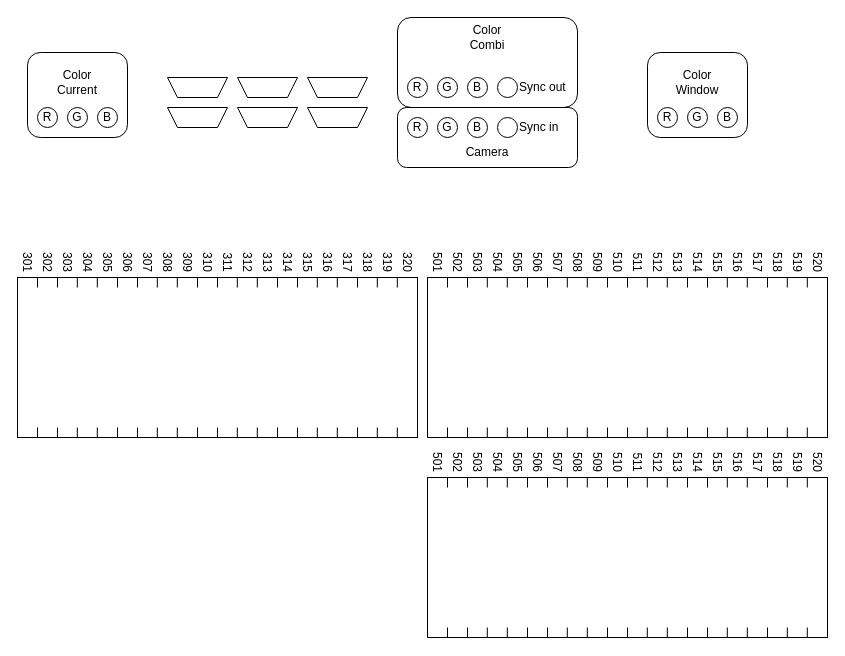
Above: hardware/Aesthedes 2 HW.drawio in egueli/Aesthedes-notes (draw.io), before the change. Source tidied: cells renumbered, new cells numbered last; positions are measured from the earlier drawing's top-left corner, leaving out a move shared by most shapes. Both pictures are drawn from the tidied source at 100%, with x=0, y=0 at pixel (12, 17).
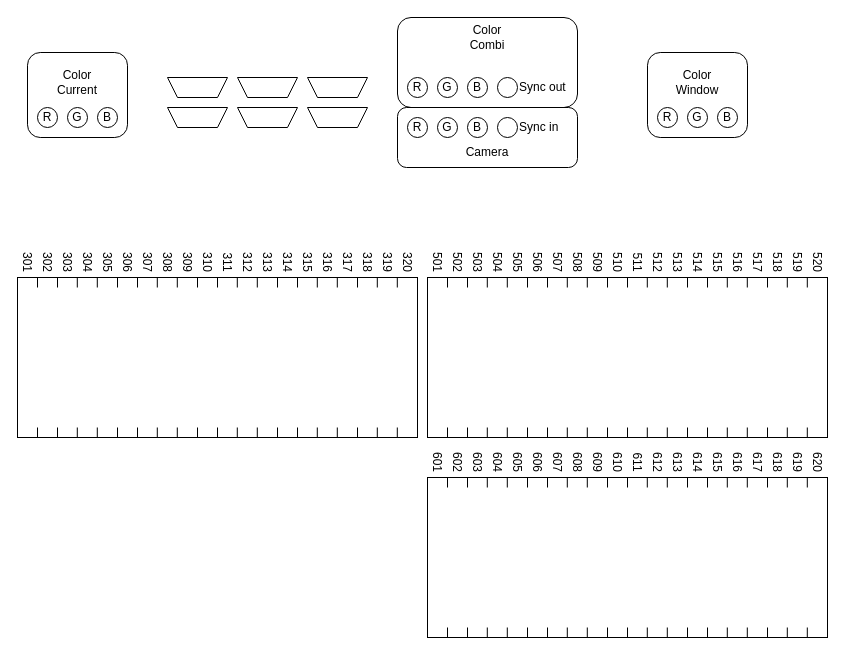
Above is the later version.

Commit message:
fix 6xx slot numbers

Diff of the diagram source:
```diff
@@
-    <mxCell id="192" value="&lt;div&gt;501&lt;/div&gt;" style="text;html=1;whiteSpace=wrap;strokeColor=none;fillColor=none;align=center;verticalAlign=middle;rounded=0;rotation=90;" parent="1" vertex="1">
+    <mxCell id="192" value="&lt;div&gt;601&lt;/div&gt;" style="text;html=1;whiteSpace=wrap;strokeColor=none;fillColor=none;align=center;verticalAlign=middle;rounded=0;rotation=90;" parent="1" vertex="1">
       <mxGeometry x="410" y="435" width="30" height="20" as="geometry" />
     </mxCell>
-    <mxCell id="193" value="&lt;div&gt;502&lt;/div&gt;" style="text;html=1;whiteSpace=wrap;strokeColor=none;fillColor=none;align=center;verticalAlign=middle;rounded=0;rotation=90;" parent="1" vertex="1">
+    <mxCell id="193" value="&lt;div&gt;602&lt;/div&gt;" style="text;html=1;whiteSpace=wrap;strokeColor=none;fillColor=none;align=center;verticalAlign=middle;rounded=0;rotation=90;" parent="1" vertex="1">
       <mxGeometry x="430" y="435" width="30" height="20" as="geometry" />
     </mxCell>
-    <mxCell id="194" value="&lt;div&gt;504&lt;/div&gt;" style="text;html=1;whiteSpace=wrap;strokeColor=none;fillColor=none;align=center;verticalAlign=middle;rounded=0;rotation=90;" parent="1" vertex="1">
+    <mxCell id="194" value="&lt;div&gt;604&lt;/div&gt;" style="text;html=1;whiteSpace=wrap;strokeColor=none;fillColor=none;align=center;verticalAlign=middle;rounded=0;rotation=90;" parent="1" vertex="1">
       <mxGeometry x="470" y="435" width="30" height="20" as="geometry" />
     </mxCell>
-    <mxCell id="195" value="&lt;div&gt;503&lt;/div&gt;" style="text;html=1;whiteSpace=wrap;strokeColor=none;fillColor=none;align=center;verticalAlign=middle;rounded=0;rotation=90;" parent="1" vertex="1">
+    <mxCell id="195" value="&lt;div&gt;603&lt;/div&gt;" style="text;html=1;whiteSpace=wrap;strokeColor=none;fillColor=none;align=center;verticalAlign=middle;rounded=0;rotation=90;" parent="1" vertex="1">
       <mxGeometry x="450" y="435" width="30" height="20" as="geometry" />
     </mxCell>
-    <mxCell id="196" value="&lt;div&gt;505&lt;/div&gt;" style="text;html=1;whiteSpace=wrap;strokeColor=none;fillColor=none;align=center;verticalAlign=middle;rounded=0;rotation=90;" parent="1" vertex="1">
+    <mxCell id="196" value="&lt;div&gt;605&lt;/div&gt;" style="text;html=1;whiteSpace=wrap;strokeColor=none;fillColor=none;align=center;verticalAlign=middle;rounded=0;rotation=90;" parent="1" vertex="1">
       <mxGeometry x="490" y="435" width="30" height="20" as="geometry" />
     </mxCell>
-    <mxCell id="197" value="&lt;div&gt;506&lt;/div&gt;" style="text;html=1;whiteSpace=wrap;strokeColor=none;fillColor=none;align=center;verticalAlign=middle;rounded=0;rotation=90;" parent="1" vertex="1">
+    <mxCell id="197" value="&lt;div&gt;606&lt;/div&gt;" style="text;html=1;whiteSpace=wrap;strokeColor=none;fillColor=none;align=center;verticalAlign=middle;rounded=0;rotation=90;" parent="1" vertex="1">
       <mxGeometry x="510" y="435" width="30" height="20" as="geometry" />
     </mxCell>
-    <mxCell id="198" value="&lt;div&gt;508&lt;/div&gt;" style="text;html=1;whiteSpace=wrap;strokeColor=none;fillColor=none;align=center;verticalAlign=middle;rounded=0;rotation=90;" parent="1" vertex="1">
+    <mxCell id="198" value="&lt;div&gt;608&lt;/div&gt;" style="text;html=1;whiteSpace=wrap;strokeColor=none;fillColor=none;align=center;verticalAlign=middle;rounded=0;rotation=90;" parent="1" vertex="1">
       <mxGeometry x="550" y="435" width="30" height="20" as="geometry" />
     </mxCell>
-    <mxCell id="199" value="&lt;div&gt;507&lt;/div&gt;" style="text;html=1;whiteSpace=wrap;strokeColor=none;fillColor=none;align=center;verticalAlign=middle;rounded=0;rotation=90;" parent="1" vertex="1">
+    <mxCell id="199" value="&lt;div&gt;607&lt;/div&gt;" style="text;html=1;whiteSpace=wrap;strokeColor=none;fillColor=none;align=center;verticalAlign=middle;rounded=0;rotation=90;" parent="1" vertex="1">
       <mxGeometry x="530" y="435" width="30" height="20" as="geometry" />
     </mxCell>
-    <mxCell id="200" value="&lt;div&gt;509&lt;/div&gt;" style="text;html=1;whiteSpace=wrap;strokeColor=none;fillColor=none;align=center;verticalAlign=middle;rounded=0;rotation=90;" parent="1" vertex="1">
+    <mxCell id="200" value="&lt;div&gt;609&lt;/div&gt;" style="text;html=1;whiteSpace=wrap;strokeColor=none;fillColor=none;align=center;verticalAlign=middle;rounded=0;rotation=90;" parent="1" vertex="1">
       <mxGeometry x="570" y="435" width="30" height="20" as="geometry" />
     </mxCell>
-    <mxCell id="201" value="&lt;div&gt;510&lt;/div&gt;" style="text;html=1;whiteSpace=wrap;strokeColor=none;fillColor=none;align=center;verticalAlign=middle;rounded=0;rotation=90;" parent="1" vertex="1">
+    <mxCell id="201" value="&lt;div&gt;610&lt;/div&gt;" style="text;html=1;whiteSpace=wrap;strokeColor=none;fillColor=none;align=center;verticalAlign=middle;rounded=0;rotation=90;" parent="1" vertex="1">
       <mxGeometry x="590" y="435" width="30" height="20" as="geometry" />
     </mxCell>
-    <mxCell id="202" value="&lt;div&gt;512&lt;/div&gt;" style="text;html=1;whiteSpace=wrap;strokeColor=none;fillColor=none;align=center;verticalAlign=middle;rounded=0;rotation=90;" parent="1" vertex="1">
+    <mxCell id="202" value="&lt;div&gt;612&lt;/div&gt;" style="text;html=1;whiteSpace=wrap;strokeColor=none;fillColor=none;align=center;verticalAlign=middle;rounded=0;rotation=90;" parent="1" vertex="1">
       <mxGeometry x="630" y="435" width="30" height="20" as="geometry" />
     </mxCell>
-    <mxCell id="203" value="&lt;div&gt;511&lt;/div&gt;" style="text;html=1;whiteSpace=wrap;strokeColor=none;fillColor=none;align=center;verticalAlign=middle;rounded=0;rotation=90;" parent="1" vertex="1">
+    <mxCell id="203" value="&lt;div&gt;611&lt;/div&gt;" style="text;html=1;whiteSpace=wrap;strokeColor=none;fillColor=none;align=center;verticalAlign=middle;rounded=0;rotation=90;" parent="1" vertex="1">
       <mxGeometry x="610" y="435" width="30" height="20" as="geometry" />
     </mxCell>
-    <mxCell id="204" value="&lt;div&gt;513&lt;/div&gt;" style="text;html=1;whiteSpace=wrap;strokeColor=none;fillColor=none;align=center;verticalAlign=middle;rounded=0;rotation=90;" parent="1" vertex="1">
+    <mxCell id="204" value="&lt;div&gt;613&lt;/div&gt;" style="text;html=1;whiteSpace=wrap;strokeColor=none;fillColor=none;align=center;verticalAlign=middle;rounded=0;rotation=90;" parent="1" vertex="1">
       <mxGeometry x="650" y="435" width="30" height="20" as="geometry" />
     </mxCell>
-    <mxCell id="205" value="&lt;div&gt;514&lt;/div&gt;" style="text;html=1;whiteSpace=wrap;strokeColor=none;fillColor=none;align=center;verticalAlign=middle;rounded=0;rotation=90;" parent="1" vertex="1">
+    <mxCell id="205" value="&lt;div&gt;614&lt;/div&gt;" style="text;html=1;whiteSpace=wrap;strokeColor=none;fillColor=none;align=center;verticalAlign=middle;rounded=0;rotation=90;" parent="1" vertex="1">
       <mxGeometry x="670" y="435" width="30" height="20" as="geometry" />
     </mxCell>
-    <mxCell id="206" value="&lt;div&gt;516&lt;/div&gt;" style="text;html=1;whiteSpace=wrap;strokeColor=none;fillColor=none;align=center;verticalAlign=middle;rounded=0;rotation=90;" parent="1" vertex="1">
+    <mxCell id="206" value="&lt;div&gt;616&lt;/div&gt;" style="text;html=1;whiteSpace=wrap;strokeColor=none;fillColor=none;align=center;verticalAlign=middle;rounded=0;rotation=90;" parent="1" vertex="1">
       <mxGeometry x="710" y="435" width="30" height="20" as="geometry" />
     </mxCell>
-    <mxCell id="207" value="&lt;div&gt;515&lt;/div&gt;" style="text;html=1;whiteSpace=wrap;strokeColor=none;fillColor=none;align=center;verticalAlign=middle;rounded=0;rotation=90;" parent="1" vertex="1">
+    <mxCell id="207" value="&lt;div&gt;615&lt;/div&gt;" style="text;html=1;whiteSpace=wrap;strokeColor=none;fillColor=none;align=center;verticalAlign=middle;rounded=0;rotation=90;" parent="1" vertex="1">
       <mxGeometry x="690" y="435" width="30" height="20" as="geometry" />
     </mxCell>
-    <mxCell id="208" value="&lt;div&gt;520&lt;/div&gt;" style="text;html=1;whiteSpace=wrap;strokeColor=none;fillColor=none;align=center;verticalAlign=middle;rounded=0;rotation=90;" parent="1" vertex="1">
+    <mxCell id="208" value="&lt;div&gt;620&lt;/div&gt;" style="text;html=1;whiteSpace=wrap;strokeColor=none;fillColor=none;align=center;verticalAlign=middle;rounded=0;rotation=90;" parent="1" vertex="1">
       <mxGeometry x="790" y="435" width="30" height="20" as="geometry" />
     </mxCell>
-    <mxCell id="209" value="&lt;div&gt;519&lt;/div&gt;" style="text;html=1;whiteSpace=wrap;strokeColor=none;fillColor=none;align=center;verticalAlign=middle;rounded=0;rotation=90;" parent="1" vertex="1">
+    <mxCell id="209" value="&lt;div&gt;619&lt;/div&gt;" style="text;html=1;whiteSpace=wrap;strokeColor=none;fillColor=none;align=center;verticalAlign=middle;rounded=0;rotation=90;" parent="1" vertex="1">
       <mxGeometry x="770" y="435" width="30" height="20" as="geometry" />
     </mxCell>
-    <mxCell id="210" value="&lt;div&gt;518&lt;/div&gt;" style="text;html=1;whiteSpace=wrap;strokeColor=none;fillColor=none;align=center;verticalAlign=middle;rounded=0;rotation=90;" parent="1" vertex="1">
+    <mxCell id="210" value="&lt;div&gt;618&lt;/div&gt;" style="text;html=1;whiteSpace=wrap;strokeColor=none;fillColor=none;align=center;verticalAlign=middle;rounded=0;rotation=90;" parent="1" vertex="1">
       <mxGeometry x="750" y="435" width="30" height="20" as="geometry" />
     </mxCell>
-    <mxCell id="211" value="&lt;div&gt;517&lt;/div&gt;" style="text;html=1;whiteSpace=wrap;strokeColor=none;fillColor=none;align=center;verticalAlign=middle;rounded=0;rotation=90;" parent="1" vertex="1">
+    <mxCell id="211" value="&lt;div&gt;617&lt;/div&gt;" style="text;html=1;whiteSpace=wrap;strokeColor=none;fillColor=none;align=center;verticalAlign=middle;rounded=0;rotation=90;" parent="1" vertex="1">
       <mxGeometry x="730" y="435" width="30" height="20" as="geometry" />
     </mxCell>
```
